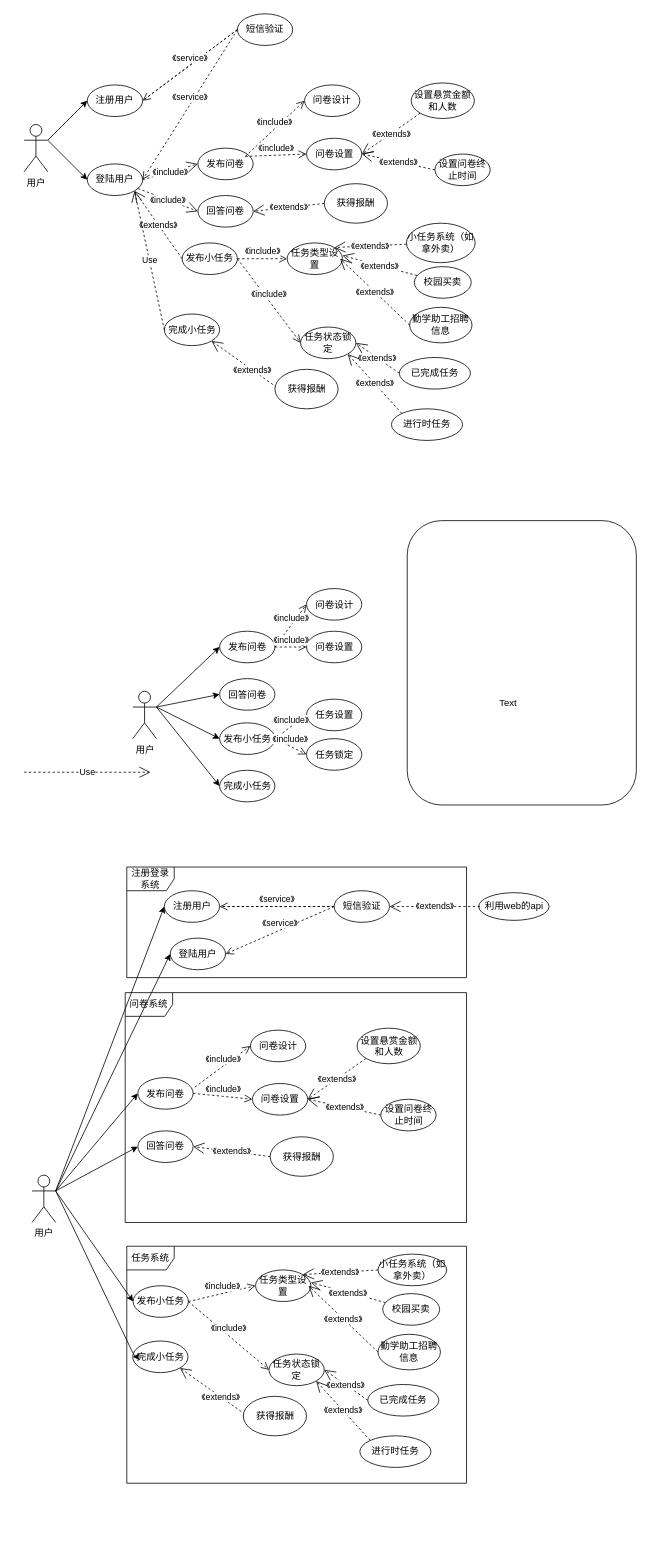
Walikrence/swsad-project keeps this draw.io diagram as managerwork/Usecase Diagram.drawio. Above is the earlier version. Source tidied: cells renumbered, new cells numbered last; positions are measured from the earlier drawing's top-left corner, leaving out a move shared by most shapes. Both pictures are drawn from the tidied source at 79%, with x=0, y=0 at pixel (24, 13).
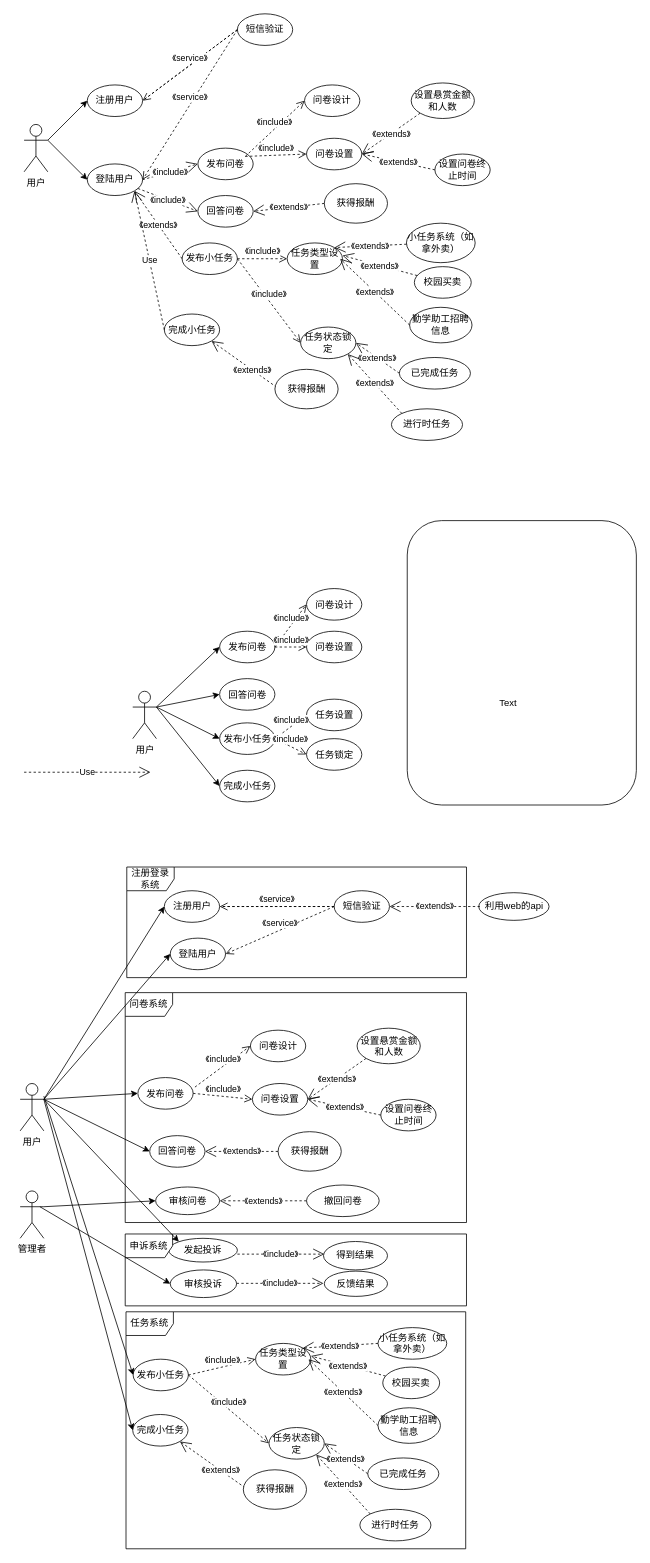
Above is the later version.

The change refers to these unchanged cells:
```xml
<mxCell id="106" value="登陆用户" style="ellipse;whiteSpace=wrap;html=1;" parent="1" vertex="1">
  <mxGeometry x="185" y="1170" width="70" height="40" as="geometry" />
</mxCell>
```

What changed in the source:
```diff
@@
     <mxCell id="66" value="任务系统" style="shape=umlFrame;whiteSpace=wrap;html=1;" parent="1" vertex="1">
-      <mxGeometry x="130" y="1560" width="430" height="300" as="geometry" />
+      <mxGeometry x="129" y="1643" width="430" height="300" as="geometry" />
     </mxCell>
@@
     <mxCell id="69" value="回答问卷" style="ellipse;whiteSpace=wrap;html=1;" parent="1" vertex="1">
-      <mxGeometry x="144" y="1414" width="70" height="40" as="geometry" />
+      <mxGeometry x="159" y="1420" width="70" height="40" as="geometry" />
     </mxCell>
@@
     <mxCell id="77" value="获得报酬" style="ellipse;whiteSpace=wrap;html=1;" parent="1" vertex="1">
-      <mxGeometry x="311.5" y="1421.5" width="80" height="50" as="geometry" />
+      <mxGeometry x="321.5" y="1415" width="80" height="50" as="geometry" />
     </mxCell>
@@
     <mxCell id="79" value="发布小任务" style="ellipse;whiteSpace=wrap;html=1;" parent="1" vertex="1">
-      <mxGeometry x="138" y="1610" width="70" height="40" as="geometry" />
+      <mxGeometry x="138" y="1703" width="70" height="40" as="geometry" />
     </mxCell>
     <mxCell id="80" value="完成小任务" style="ellipse;whiteSpace=wrap;html=1;" parent="1" vertex="1">
-      <mxGeometry x="137.5" y="1680" width="70" height="40" as="geometry" />
+      <mxGeometry x="137.5" y="1773" width="70" height="40" as="geometry" />
     </mxCell>
     <mxCell id="81" value="任务类型设置" style="ellipse;whiteSpace=wrap;html=1;" parent="1" vertex="1">
-      <mxGeometry x="293" y="1590" width="70" height="40" as="geometry" />
+      <mxGeometry x="293" y="1683" width="70" height="40" as="geometry" />
     </mxCell>
     <mxCell id="82" value="任务状态锁定" style="ellipse;whiteSpace=wrap;html=1;" parent="1" vertex="1">
-      <mxGeometry x="310" y="1696.5" width="70" height="40" as="geometry" />
+      <mxGeometry x="310" y="1789.5" width="70" height="40" as="geometry" />
     </mxCell>
@@
     <mxCell id="85" value="校园买卖" style="ellipse;whiteSpace=wrap;html=1;" parent="1" vertex="1">
-      <mxGeometry x="454" y="1620" width="72" height="40" as="geometry" />
+      <mxGeometry x="454" y="1713" width="72" height="40" as="geometry" />
     </mxCell>
     <mxCell id="86" value="勤学助工招聘信息" style="ellipse;whiteSpace=wrap;html=1;" parent="1" vertex="1">
-      <mxGeometry x="448" y="1671.5" width="79" height="45" as="geometry" />
+      <mxGeometry x="448" y="1764.5" width="79" height="45" as="geometry" />
     </mxCell>
@@
     <mxCell id="88" value="《extends》" style="endArrow=open;endSize=12;dashed=1;html=1;entryX=1;entryY=0;entryDx=0;entryDy=0;" parent="1" edge="1" source="85">
       <mxGeometry relative="1" as="geometry">
-        <mxPoint x="363" y="1606" as="targetPoint" />
+        <mxPoint x="363" y="1699" as="targetPoint" />
       </mxGeometry>
     </mxCell>
     <mxCell id="89" value="《extends》" style="endArrow=open;endSize=12;dashed=1;html=1;exitX=0;exitY=0.5;exitDx=0;exitDy=0;" parent="1" edge="1" source="86">
       <mxGeometry relative="1" as="geometry">
-        <mxPoint x="360" y="1610" as="targetPoint" />
+        <mxPoint x="360" y="1703" as="targetPoint" />
       </mxGeometry>
     </mxCell>
     <mxCell id="90" value="《extends》" style="endArrow=open;endSize=12;dashed=1;html=1;entryX=1;entryY=1;entryDx=0;entryDy=0;exitX=0;exitY=0.5;exitDx=0;exitDy=0;" parent="1" edge="1" source="91" target="80">
       <mxGeometry relative="1" as="geometry">
         <Array as="points">
-          <mxPoint x="290" y="1780" />
+          <mxPoint x="290" y="1873" />
         </Array>
       </mxGeometry>
     </mxCell>
     <mxCell id="91" value="获得报酬" style="ellipse;whiteSpace=wrap;html=1;" parent="1" vertex="1">
-      <mxGeometry x="277.5" y="1750" width="80" height="50" as="geometry" />
+      <mxGeometry x="277.5" y="1843" width="80" height="50" as="geometry" />
     </mxCell>
@@
     <mxCell id="93" value="已完成任务" style="ellipse;whiteSpace=wrap;html=1;" parent="1" vertex="1">
-      <mxGeometry x="435" y="1735" width="90" height="40" as="geometry" />
+      <mxGeometry x="435" y="1828" width="90" height="40" as="geometry" />
     </mxCell>
     <mxCell id="94" value="进行时任务" style="ellipse;whiteSpace=wrap;html=1;" parent="1" vertex="1">
-      <mxGeometry x="425" y="1800" width="90" height="40" as="geometry" />
+      <mxGeometry x="425" y="1893" width="90" height="40" as="geometry" />
     </mxCell>
@@
     <mxCell id="96" value="小任务系统（如拿外卖）" style="ellipse;whiteSpace=wrap;html=1;" parent="1" vertex="1">
-      <mxGeometry x="448" y="1570" width="87" height="40" as="geometry" />
+      <mxGeometry x="448" y="1663" width="87" height="40" as="geometry" />
     </mxCell>
     <mxCell id="97" value="用户" style="shape=umlActor;verticalLabelPosition=bottom;labelBackgroundColor=#ffffff;verticalAlign=top;html=1;outlineConnect=0;" parent="1" vertex="1">
-      <mxGeometry x="10" y="1470" width="30" height="60" as="geometry" />
+      <mxGeometry x="-5" y="1354" width="30" height="60" as="geometry" />
     </mxCell>
@@
-    <mxCell id="99" style="endArrow=classic;html=1;entryX=0;entryY=0.5;entryDx=0;entryDy=0;" parent="1" edge="1" target="69">
-      <mxGeometry relative="1" as="geometry">
-        <mxPoint x="40" y="1490" as="sourcePoint" />
-      </mxGeometry>
+    <mxCell id="99" style="endArrow=classic;html=1;entryX=0;entryY=0.5;entryDx=0;entryDy=0;exitX=1;exitY=0.3333333333333333;exitDx=0;exitDy=0;exitPerimeter=0;" parent="1" edge="1" source="97" target="69">
+      <mxGeometry relative="1" as="geometry" />
     </mxCell>
     <mxCell id="100" style="endArrow=classic;html=1;entryX=0;entryY=0.5;entryDx=0;entryDy=0;" parent="1" edge="1" target="79">
       <mxGeometry relative="1" as="geometry">
-        <mxPoint x="40" y="1490" as="sourcePoint" />
+        <mxPoint x="25" y="1370" as="sourcePoint" />
       </mxGeometry>
     </mxCell>
     <mxCell id="101" style="endArrow=classic;html=1;entryX=0;entryY=0.5;entryDx=0;entryDy=0;exitX=1;exitY=0.3333333333333333;exitDx=0;exitDy=0;exitPerimeter=0;" parent="1" edge="1" source="97" target="80">
-      <mxGeometry relative="1" as="geometry">
-        <Array as="points">
-          <mxPoint x="140" y="1700" />
-        </Array>
-      </mxGeometry>
+      <mxGeometry relative="1" as="geometry" />
     </mxCell>
@@
-    <mxCell id="110" style="endArrow=classic;html=1;entryX=0;entryY=0.5;entryDx=0;entryDy=0;" parent="1" edge="1" target="106">
-      <mxGeometry relative="1" as="geometry">
-        <mxPoint x="40" y="1490" as="sourcePoint" />
-      </mxGeometry>
+    <mxCell id="110" style="endArrow=classic;html=1;entryX=0;entryY=0.5;entryDx=0;entryDy=0;exitX=1;exitY=0.3333333333333333;exitDx=0;exitDy=0;exitPerimeter=0;" parent="1" edge="1" source="97" target="106">
+      <mxGeometry relative="1" as="geometry" />
     </mxCell>
@@
+    <mxCell id="113" value="管理者" style="shape=umlActor;verticalLabelPosition=bottom;labelBackgroundColor=#ffffff;verticalAlign=top;html=1;" parent="1" vertex="1">
+      <mxGeometry x="-5" y="1490" width="30" height="60" as="geometry" />
+    </mxCell>
+    <mxCell id="114" value="审核问卷" style="ellipse;whiteSpace=wrap;html=1;" parent="1" vertex="1">
+      <mxGeometry x="166.5" y="1485" width="81" height="35" as="geometry" />
+    </mxCell>
+    <mxCell id="115" style="endArrow=classic;html=1;entryX=0;entryY=0.5;entryDx=0;entryDy=0;exitX=1;exitY=0.3333333333333333;exitDx=0;exitDy=0;exitPerimeter=0;" parent="1" edge="1" source="113" target="114">
+      <mxGeometry relative="1" as="geometry" />
+    </mxCell>
+    <mxCell id="116" value="《extends》" style="endArrow=open;endSize=12;dashed=1;html=1;entryX=1;entryY=0.5;entryDx=0;entryDy=0;exitX=0;exitY=0.5;exitDx=0;exitDy=0;" parent="1" edge="1" source="117" target="114">
+      <mxGeometry relative="1" as="geometry" />
+    </mxCell>
+    <mxCell id="117" value="撤回问卷" style="ellipse;whiteSpace=wrap;html=1;" parent="1" vertex="1">
+      <mxGeometry x="357.5" y="1482.5" width="92" height="40" as="geometry" />
+    </mxCell>
+    <mxCell id="118" value="审核投诉" style="ellipse;whiteSpace=wrap;html=1;" parent="1" vertex="1">
+      <mxGeometry x="185" y="1590" width="84" height="35" as="geometry" />
+    </mxCell>
+    <mxCell id="119" value="发起投诉" style="ellipse;whiteSpace=wrap;html=1;" parent="1" vertex="1">
+      <mxGeometry x="183" y="1550" width="87" height="30" as="geometry" />
+    </mxCell>
+    <mxCell id="120" value="申诉系统" style="shape=umlFrame;whiteSpace=wrap;html=1;" parent="1" vertex="1">
+      <mxGeometry x="128" y="1544.5" width="432" height="91" as="geometry" />
+    </mxCell>
+    <mxCell id="121" value="《include》" style="endArrow=open;endSize=12;dashed=1;html=1;" parent="1" edge="1">
+      <mxGeometry relative="1" as="geometry">
+        <mxPoint x="270" y="1570" as="sourcePoint" />
+        <mxPoint x="380" y="1570" as="targetPoint" />
+      </mxGeometry>
+    </mxCell>
+    <mxCell id="122" value="得到结果" style="ellipse;whiteSpace=wrap;html=1;" parent="1" vertex="1">
+      <mxGeometry x="379" y="1554" width="81" height="36" as="geometry" />
+    </mxCell>
+    <mxCell id="123" value="《include》" style="endArrow=open;endSize=12;dashed=1;html=1;" parent="1" edge="1">
+      <mxGeometry relative="1" as="geometry">
+        <mxPoint x="269" y="1607" as="sourcePoint" />
+        <mxPoint x="379" y="1607" as="targetPoint" />
+      </mxGeometry>
+    </mxCell>
+    <mxCell id="124" value="反馈结果" style="ellipse;whiteSpace=wrap;html=1;" parent="1" vertex="1">
+      <mxGeometry x="380" y="1591.5" width="80" height="32" as="geometry" />
+    </mxCell>
+    <mxCell id="125" style="endArrow=classic;html=1;exitX=1;exitY=0.3333333333333333;exitDx=0;exitDy=0;exitPerimeter=0;entryX=0;entryY=0;entryDx=0;entryDy=0;" parent="1" edge="1" source="97" target="119">
+      <mxGeometry relative="1" as="geometry" />
+    </mxCell>
+    <mxCell id="126" style="endArrow=classic;html=1;entryX=0;entryY=0.5;entryDx=0;entryDy=0;exitX=0.833;exitY=0.333;exitDx=0;exitDy=0;exitPerimeter=0;" parent="1" edge="1" source="113" target="118">
+      <mxGeometry relative="1" as="geometry" />
+    </mxCell>
```
